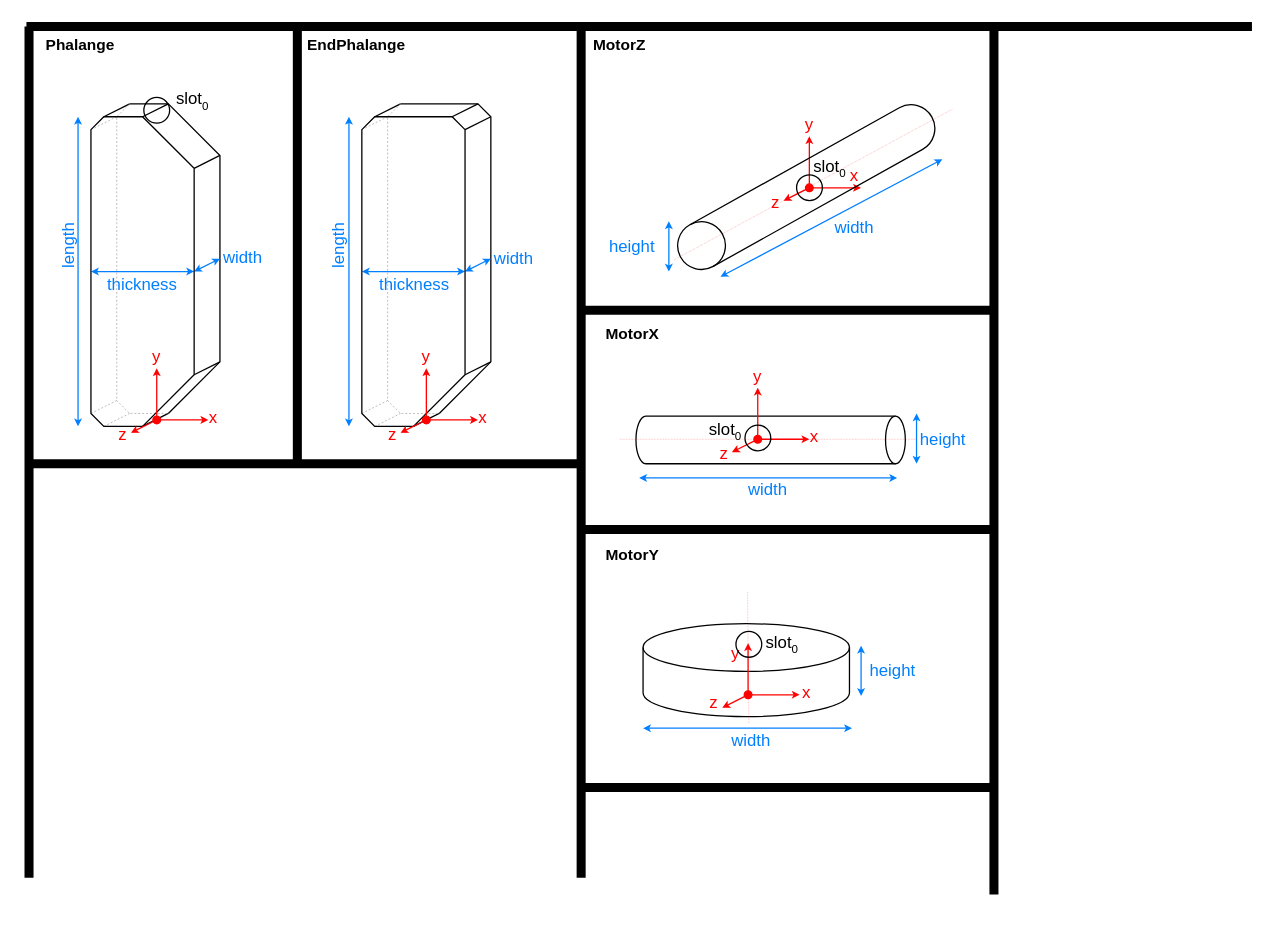
The draw.io diagram docs/shapes.drawio in boytchev/virtual-prosthetics, before the edit. Source tidied: cells renumbered, new cells numbered last; positions are measured from the earlier drawing's top-left corner, leaving out a move shared by most shapes. Both pictures are drawn from the tidied source at 129%, with x=0, y=0 at pixel (26, 26).
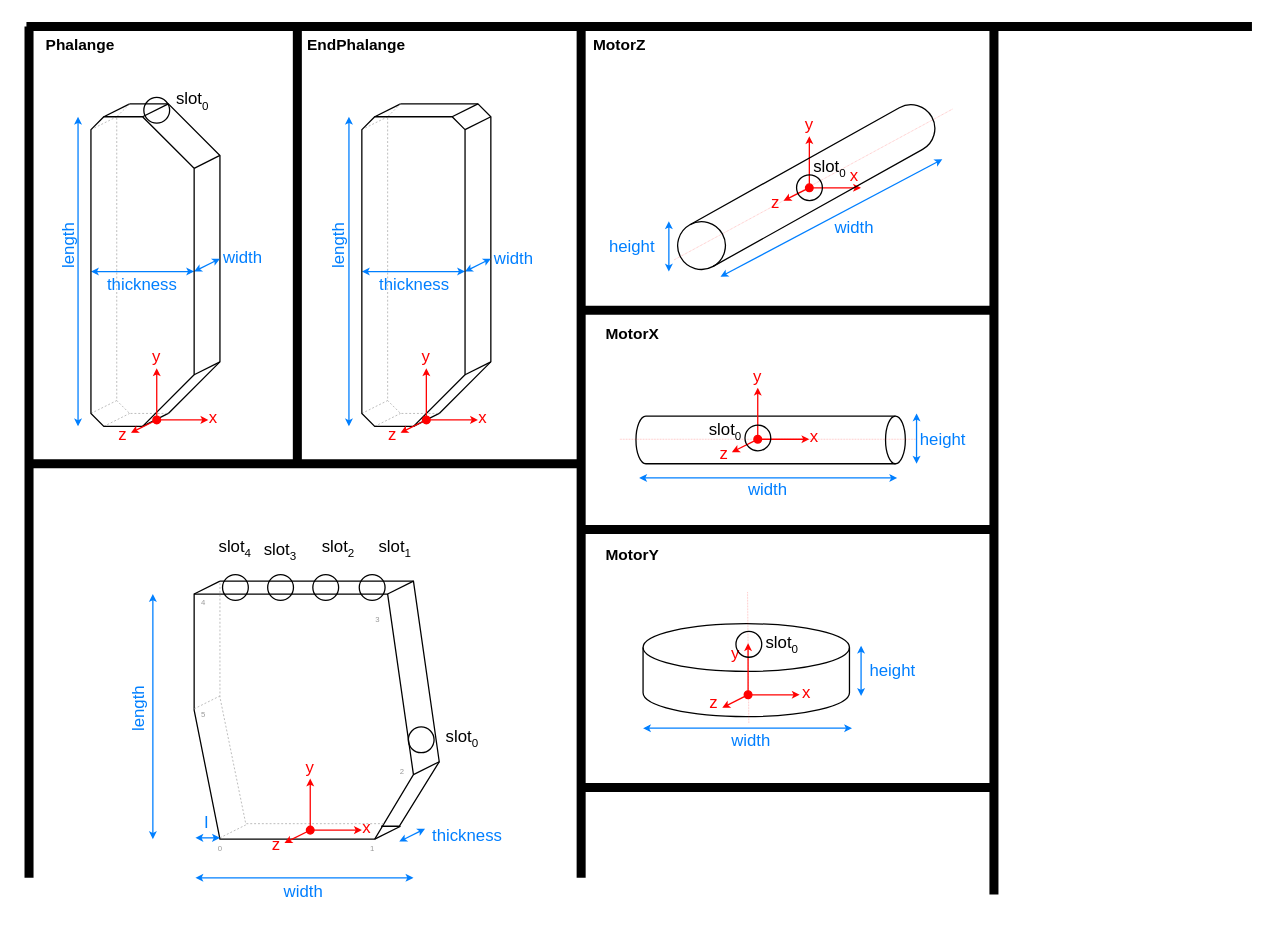
The same page after the edit.

Diff of the diagram source:
```diff
@@
+    <mxCell id="111" style="endArrow=none;html=1;rounded=0;" parent="1" edge="1">
+      <mxGeometry relative="1" as="geometry">
+        <mxPoint x="210" y="630" as="sourcePoint" />
+        <mxPoint x="210" y="630" as="targetPoint" />
+        <Array as="points">
+          <mxPoint x="150" y="630" />
+          <mxPoint x="130" y="530" />
+          <mxPoint x="130" y="440" />
+          <mxPoint x="280" y="440" />
+          <mxPoint x="300" y="580" />
+          <mxPoint x="270" y="630" />
+        </Array>
+      </mxGeometry>
+    </mxCell>
+    <mxCell id="112" style="endArrow=none;html=1;rounded=0;" parent="1" edge="1">
+      <mxGeometry relative="1" as="geometry">
+        <mxPoint x="150" y="430" as="sourcePoint" />
+        <mxPoint x="275" y="620" as="targetPoint" />
+        <Array as="points">
+          <mxPoint x="300" y="430" />
+          <mxPoint x="320" y="570" />
+          <mxPoint x="289" y="620" />
+        </Array>
+      </mxGeometry>
+    </mxCell>
+    <mxCell id="113" style="ellipse;whiteSpace=wrap;html=1;fontSize=13;fillColor=none;strokeColor=#000000;" parent="1" vertex="1">
+      <mxGeometry x="296" y="543" width="20" height="20" as="geometry" />
+    </mxCell>
+    <mxCell id="114" value="&lt;font style=&quot;&quot;&gt;slot&lt;sub style=&quot;&quot;&gt;&lt;font style=&quot;font-size: 9px;&quot;&gt;2&lt;/font&gt;&lt;/sub&gt;&lt;/font&gt;" style="text;html=1;strokeColor=none;fillColor=none;align=center;verticalAlign=middle;whiteSpace=wrap;rounded=0;dashed=1;strokeWidth=0.3;rotation=0;fontSize=13;fontColor=#000000;" parent="1" vertex="1">
+      <mxGeometry x="217" y="396" width="50" height="17" as="geometry" />
+    </mxCell>
+    <mxCell id="115" style="ellipse;whiteSpace=wrap;html=1;fontSize=13;fillColor=none;strokeColor=#000000;" parent="1" vertex="1">
+      <mxGeometry x="258" y="424.9" width="20" height="20" as="geometry" />
+    </mxCell>
+    <mxCell id="116" style="ellipse;whiteSpace=wrap;html=1;fontSize=13;fillColor=none;strokeColor=#000000;" parent="1" vertex="1">
+      <mxGeometry x="222" y="424.9" width="20" height="20" as="geometry" />
+    </mxCell>
+    <mxCell id="117" style="ellipse;whiteSpace=wrap;html=1;fontSize=13;fillColor=none;strokeColor=#000000;" parent="1" vertex="1">
+      <mxGeometry x="187" y="424.9" width="20" height="20" as="geometry" />
+    </mxCell>
+    <mxCell id="118" style="ellipse;whiteSpace=wrap;html=1;fontSize=13;fillColor=none;strokeColor=#000000;" parent="1" vertex="1">
+      <mxGeometry x="152" y="424.9" width="20" height="20" as="geometry" />
+    </mxCell>
+    <mxCell id="119" style="endArrow=none;html=1;rounded=0;strokeColor=#999999;strokeWidth=0.5;fontSize=8;fontColor=#007FFF;dashed=1;" parent="1" edge="1">
+      <mxGeometry relative="1" as="geometry">
+        <mxPoint x="150" y="629" as="sourcePoint" />
+        <mxPoint x="170" y="619" as="targetPoint" />
+      </mxGeometry>
+    </mxCell>
+    <mxCell id="120" style="endArrow=none;html=1;rounded=0;fontSize=8;strokeColor=#999999;fontColor=#007FFF;strokeWidth=0.5;dashed=1;" parent="1" edge="1">
+      <mxGeometry relative="1" as="geometry">
+        <mxPoint x="277" y="618" as="sourcePoint" />
+        <mxPoint x="150" y="430" as="targetPoint" />
+        <Array as="points">
+          <mxPoint x="170" y="618" />
+          <mxPoint x="150" y="520" />
+        </Array>
+      </mxGeometry>
+    </mxCell>
+    <mxCell id="121" style="endArrow=none;html=1;rounded=0;strokeColor=#000000;strokeWidth=1;fontSize=8;fontColor=#007FFF;" parent="1" edge="1">
+      <mxGeometry relative="1" as="geometry">
+        <mxPoint x="280" y="440" as="sourcePoint" />
+        <mxPoint x="300" y="430" as="targetPoint" />
+      </mxGeometry>
+    </mxCell>
+    <mxCell id="122" style="endArrow=none;html=1;rounded=0;strokeColor=#000000;strokeWidth=1;fontSize=8;fontColor=#007FFF;" parent="1" edge="1">
+      <mxGeometry relative="1" as="geometry">
+        <mxPoint x="300" y="580" as="sourcePoint" />
+        <mxPoint x="320" y="570" as="targetPoint" />
+      </mxGeometry>
+    </mxCell>
+    <mxCell id="123" style="endArrow=none;html=1;rounded=0;strokeColor=#000000;strokeWidth=1;fontSize=8;fontColor=#007FFF;" parent="1" edge="1">
+      <mxGeometry relative="1" as="geometry">
+        <mxPoint x="270" y="630" as="sourcePoint" />
+        <mxPoint x="290" y="620" as="targetPoint" />
+      </mxGeometry>
+    </mxCell>
+    <mxCell id="124" style="endArrow=none;html=1;rounded=0;strokeColor=#000000;strokeWidth=1;fontSize=8;fontColor=#007FFF;" parent="1" edge="1">
+      <mxGeometry relative="1" as="geometry">
+        <mxPoint x="130" y="440" as="sourcePoint" />
+        <mxPoint x="150" y="430" as="targetPoint" />
+      </mxGeometry>
+    </mxCell>
+    <mxCell id="125" value="&lt;font style=&quot;&quot;&gt;slot&lt;sub style=&quot;&quot;&gt;&lt;font style=&quot;font-size: 9px;&quot;&gt;0&lt;/font&gt;&lt;/sub&gt;&lt;/font&gt;" style="text;html=1;strokeColor=none;fillColor=none;align=center;verticalAlign=middle;whiteSpace=wrap;rounded=0;dashed=1;strokeWidth=0.3;rotation=0;fontSize=13;fontColor=#000000;" parent="1" vertex="1">
+      <mxGeometry x="313" y="543" width="50" height="17" as="geometry" />
+    </mxCell>
+    <mxCell id="126" value="&lt;font style=&quot;&quot;&gt;slot&lt;sub style=&quot;&quot;&gt;&lt;font style=&quot;font-size: 9px;&quot;&gt;1&lt;/font&gt;&lt;/sub&gt;&lt;/font&gt;" style="text;html=1;strokeColor=none;fillColor=none;align=center;verticalAlign=middle;whiteSpace=wrap;rounded=0;dashed=1;strokeWidth=0.3;rotation=0;fontSize=13;fontColor=#000000;" parent="1" vertex="1">
+      <mxGeometry x="261" y="396" width="50" height="17" as="geometry" />
+    </mxCell>
+    <mxCell id="127" value="&lt;font style=&quot;&quot;&gt;slot&lt;sub style=&quot;&quot;&gt;&lt;font style=&quot;font-size: 9px;&quot;&gt;3&lt;/font&gt;&lt;/sub&gt;&lt;/font&gt;" style="text;html=1;strokeColor=none;fillColor=none;align=center;verticalAlign=middle;whiteSpace=wrap;rounded=0;dashed=1;strokeWidth=0.3;rotation=0;fontSize=13;fontColor=#000000;" parent="1" vertex="1">
+      <mxGeometry x="172" y="398" width="50" height="17" as="geometry" />
+    </mxCell>
+    <mxCell id="128" value="&lt;font style=&quot;&quot;&gt;slot&lt;sub style=&quot;&quot;&gt;&lt;font style=&quot;font-size: 9px;&quot;&gt;4&lt;/font&gt;&lt;/sub&gt;&lt;/font&gt;" style="text;html=1;strokeColor=none;fillColor=none;align=center;verticalAlign=middle;whiteSpace=wrap;rounded=0;dashed=1;strokeWidth=0.3;rotation=0;fontSize=13;fontColor=#000000;" parent="1" vertex="1">
+      <mxGeometry x="137" y="396" width="50" height="17" as="geometry" />
+    </mxCell>
+    <mxCell id="129" style="group;" parent="1" vertex="1">
+      <mxGeometry x="190" y="573" width="80" height="70" as="geometry" />
+    </mxCell>
+    <mxCell id="130" style="endArrow=classic;startArrow=oval;html=1;rounded=0;strokeColor=#FF0000;strokeWidth=1;startFill=1;endSize=3;startSize=3;" parent="129" edge="1">
+      <mxGeometry relative="1" as="geometry">
+        <mxPoint x="30" y="50" as="sourcePoint" />
+        <mxPoint x="30" y="10" as="targetPoint" />
+      </mxGeometry>
+    </mxCell>
+    <mxCell id="131" style="endArrow=classic;startArrow=oval;html=1;rounded=0;strokeColor=#FF0000;strokeWidth=1;startFill=1;endSize=3;startSize=6;" parent="129" edge="1">
+      <mxGeometry relative="1" as="geometry">
+        <mxPoint x="30" y="50" as="sourcePoint" />
+        <mxPoint x="70" y="50" as="targetPoint" />
+      </mxGeometry>
+    </mxCell>
+    <mxCell id="132" style="endArrow=classic;startArrow=oval;html=1;rounded=0;strokeColor=#FF0000;strokeWidth=1;startFill=1;endSize=3;startSize=3;" parent="129" edge="1">
+      <mxGeometry relative="1" as="geometry">
+        <mxPoint x="30" y="50" as="sourcePoint" />
+        <mxPoint x="10" y="60" as="targetPoint" />
+      </mxGeometry>
+    </mxCell>
+    <mxCell id="133" value="&lt;font style=&quot;font-size: 13px;&quot;&gt;y&lt;/font&gt;" style="text;html=1;strokeColor=none;fillColor=none;align=center;verticalAlign=bottom;whiteSpace=wrap;rounded=0;dashed=1;strokeWidth=0.3;rotation=0;spacing=0;fontColor=#FF0000;fontSize=13;" parent="129" vertex="1">
+      <mxGeometry x="20" width="20" height="10" as="geometry" />
+    </mxCell>
+    <mxCell id="134" value="&lt;font style=&quot;font-size: 13px;&quot;&gt;x&lt;/font&gt;" style="text;html=1;strokeColor=none;fillColor=none;align=center;verticalAlign=bottom;whiteSpace=wrap;rounded=0;dashed=1;strokeWidth=0.3;rotation=0;spacing=0;fontColor=#FF0000;fontSize=13;" parent="129" vertex="1">
+      <mxGeometry x="64" y="47" width="20" height="10" as="geometry" />
+    </mxCell>
+    <mxCell id="135" value="&lt;font style=&quot;font-size: 13px;&quot;&gt;z&lt;/font&gt;" style="text;html=1;strokeColor=none;fillColor=none;align=center;verticalAlign=bottom;whiteSpace=wrap;rounded=0;dashed=1;strokeWidth=0.3;rotation=0;spacing=0;fontColor=#FF0000;fontSize=13;" parent="129" vertex="1">
+      <mxGeometry x="-6" y="60" width="20" height="10" as="geometry" />
+    </mxCell>
+    <mxCell id="136" value="&lt;font style=&quot;font-size: 13px;&quot; color=&quot;#007fff&quot;&gt;length&lt;/font&gt;" style="text;html=1;strokeColor=none;fillColor=none;align=center;verticalAlign=middle;whiteSpace=wrap;rounded=0;dashed=1;strokeWidth=0.3;rotation=-90;fontSize=13;" parent="1" vertex="1">
+      <mxGeometry x="57" y="519" width="60" height="20" as="geometry" />
+    </mxCell>
+    <mxCell id="137" style="endArrow=classic;startArrow=classic;html=1;rounded=0;strokeColor=#007FFF;strokeWidth=1;endSize=3;startSize=3;" parent="1" edge="1">
+      <mxGeometry relative="1" as="geometry">
+        <mxPoint x="98" y="630" as="sourcePoint" />
+        <mxPoint x="98" y="440" as="targetPoint" />
+      </mxGeometry>
+    </mxCell>
+    <mxCell id="138" style="endArrow=classic;startArrow=classic;html=1;rounded=0;strokeColor=#007FFF;strokeWidth=1;endSize=3;startSize=3;" parent="1" edge="1">
+      <mxGeometry relative="1" as="geometry">
+        <mxPoint x="131" y="660" as="sourcePoint" />
+        <mxPoint x="300" y="660" as="targetPoint" />
+      </mxGeometry>
+    </mxCell>
+    <mxCell id="139" value="&lt;font style=&quot;font-size: 13px;&quot; color=&quot;#007fff&quot;&gt;width&lt;/font&gt;" style="text;html=1;strokeColor=none;fillColor=none;align=center;verticalAlign=middle;whiteSpace=wrap;rounded=0;dashed=1;strokeWidth=0.3;rotation=0;fontSize=13;" parent="1" vertex="1">
+      <mxGeometry x="200" y="660" width="30" height="20" as="geometry" />
+    </mxCell>
+    <mxCell id="140" value="&lt;font style=&quot;font-size: 13px;&quot; color=&quot;#007fff&quot;&gt;thickness&lt;/font&gt;" style="text;html=1;strokeColor=none;fillColor=none;align=center;verticalAlign=middle;whiteSpace=wrap;rounded=0;dashed=1;strokeWidth=0.3;rotation=0;fontSize=13;" parent="1" vertex="1">
+      <mxGeometry x="312" y="617" width="60" height="20" as="geometry" />
+    </mxCell>
+    <mxCell id="141" style="endArrow=classic;startArrow=classic;html=1;rounded=0;strokeColor=#007FFF;strokeWidth=1;endSize=3;startSize=3;" parent="1" edge="1">
+      <mxGeometry relative="1" as="geometry">
+        <mxPoint x="289" y="631.9" as="sourcePoint" />
+        <mxPoint x="309" y="621.9" as="targetPoint" />
+      </mxGeometry>
+    </mxCell>
+    <mxCell id="142" style="endArrow=classic;startArrow=classic;html=1;rounded=0;strokeColor=#007FFF;strokeWidth=1;endSize=3;startSize=3;" parent="1" edge="1">
+      <mxGeometry relative="1" as="geometry">
+        <mxPoint x="131" y="629" as="sourcePoint" />
+        <mxPoint x="150" y="629" as="targetPoint" />
+      </mxGeometry>
+    </mxCell>
+    <mxCell id="143" value="&lt;font style=&quot;font-size: 13px;&quot; color=&quot;#007fff&quot;&gt;I&lt;/font&gt;" style="text;html=1;strokeColor=none;fillColor=none;align=center;verticalAlign=middle;whiteSpace=wrap;rounded=0;dashed=1;strokeWidth=0.3;rotation=0;fontSize=13;" parent="1" vertex="1">
+      <mxGeometry x="125" y="607" width="30" height="20" as="geometry" />
+    </mxCell>
+    <mxCell id="144" value="0" style="text;strokeColor=none;fillColor=none;align=center;verticalAlign=middle;rounded=0;dashed=1;strokeWidth=0.3;rotation=0;fontSize=6;html=1;spacing=0;fontColor=#999999;" parent="1" vertex="1">
+      <mxGeometry x="145" y="633" width="10" height="10" as="geometry" />
+    </mxCell>
+    <mxCell id="145" value="1" style="text;strokeColor=none;fillColor=none;align=center;verticalAlign=middle;rounded=0;dashed=1;strokeWidth=0.3;rotation=0;fontSize=6;html=1;spacing=0;fontColor=#999999;" parent="1" vertex="1">
+      <mxGeometry x="263" y="633" width="10" height="10" as="geometry" />
+    </mxCell>
+    <mxCell id="146" value="2" style="text;strokeColor=none;fillColor=none;align=center;verticalAlign=middle;rounded=0;dashed=1;strokeWidth=0.3;rotation=0;fontSize=6;html=1;spacing=0;fontColor=#999999;" parent="1" vertex="1">
+      <mxGeometry x="286" y="573" width="10" height="10" as="geometry" />
+    </mxCell>
+    <mxCell id="147" value="3" style="text;strokeColor=none;fillColor=none;align=center;verticalAlign=middle;rounded=0;dashed=1;strokeWidth=0.3;rotation=0;fontSize=6;html=1;spacing=0;fontColor=#999999;" parent="1" vertex="1">
+      <mxGeometry x="267" y="455" width="10" height="10" as="geometry" />
+    </mxCell>
+    <mxCell id="148" value="4" style="text;strokeColor=none;fillColor=none;align=center;verticalAlign=middle;rounded=0;dashed=1;strokeWidth=0.3;rotation=0;fontSize=6;html=1;spacing=0;fontColor=#999999;" parent="1" vertex="1">
+      <mxGeometry x="132" y="442" width="10" height="10" as="geometry" />
+    </mxCell>
+    <mxCell id="149" value="5" style="text;strokeColor=none;fillColor=none;align=center;verticalAlign=middle;rounded=0;dashed=1;strokeWidth=0.3;rotation=0;fontSize=6;html=1;spacing=0;fontColor=#999999;" parent="1" vertex="1">
+      <mxGeometry x="132" y="529" width="10" height="10" as="geometry" />
+    </mxCell>
+    <mxCell id="150" style="endArrow=none;html=1;rounded=0;strokeColor=#999999;strokeWidth=0.5;fontSize=8;fontColor=#007FFF;dashed=1;" parent="1" edge="1">
+      <mxGeometry relative="1" as="geometry">
+        <mxPoint x="130" y="529" as="sourcePoint" />
+        <mxPoint x="150" y="519" as="targetPoint" />
+      </mxGeometry>
+    </mxCell>
```
